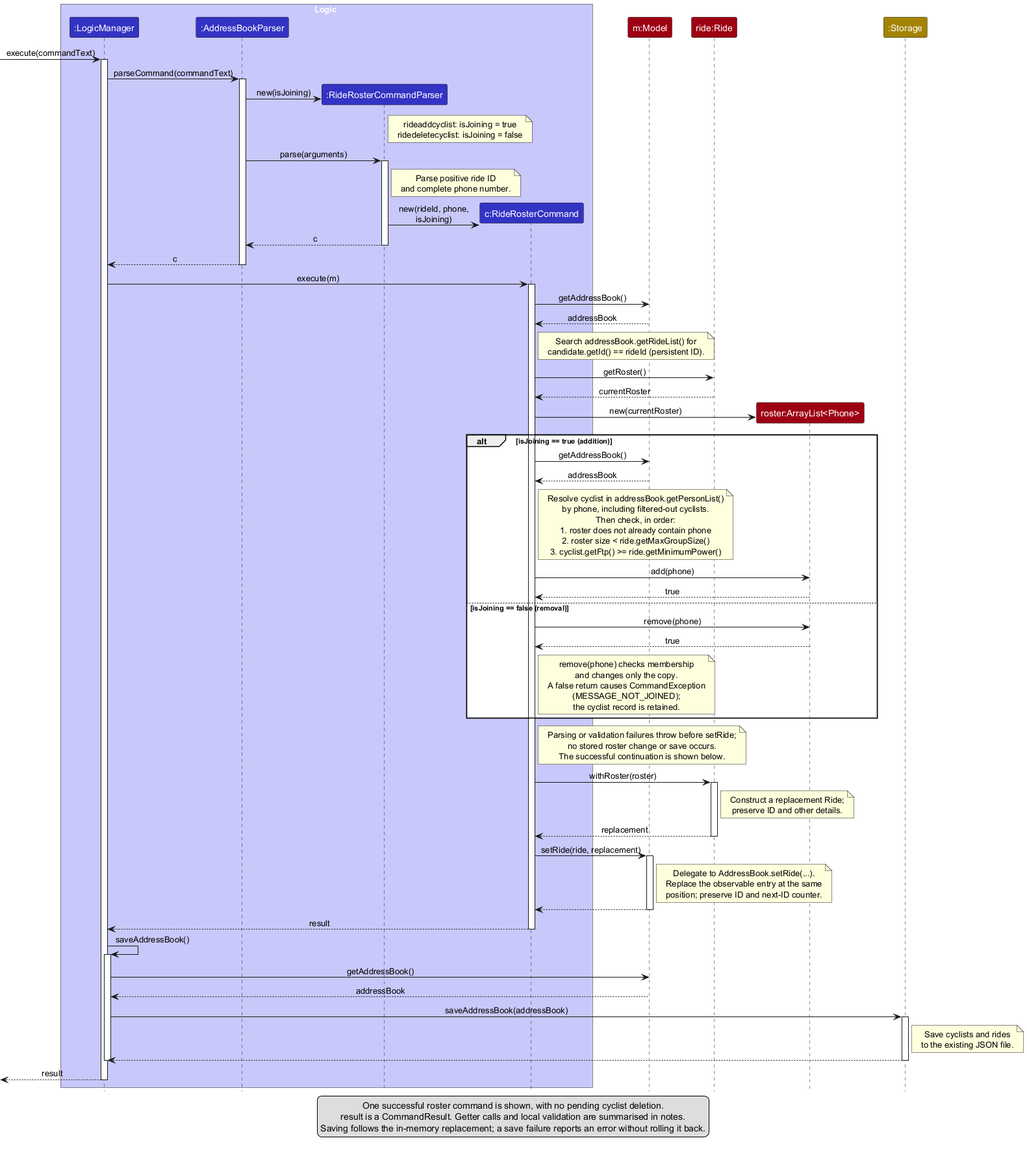
Above: docs/images/RideRosterSequenceDiagram.png in AY2627S1-CS2103T-W11-1/tp (PlantUML), before the change.
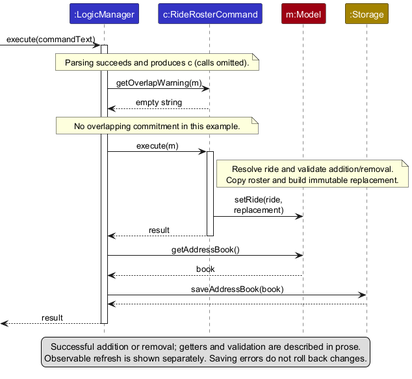
After the change.

The edit, as a diff of the source:
```diff
@@ -1,115 +1,37 @@
 @startuml
 !include style.puml
 skinparam ArrowFontStyle plain
-skinparam maxMessageSize 160
-!pragma sequenceMessageSpan true
-
-box Logic LOGIC_COLOR_T1
+skinparam maxMessageSize 80
+hide footbox
 participant ":LogicManager" as Logic LOGIC_COLOR
-participant ":AddressBookParser" as Parser LOGIC_COLOR
-participant ":RideRosterCommandParser" as RosterParser LOGIC_COLOR
 participant "c:RideRosterCommand" as Command LOGIC_COLOR
-end box
 participant "m:Model" as Model MODEL_COLOR
-participant "ride:Ride" as Ride MODEL_COLOR
-participant "roster:ArrayList<Phone>" as Roster MODEL_COLOR
 participant ":Storage" as Storage STORAGE_COLOR
 
 [-> Logic : execute(commandText)
 activate Logic
-Logic -> Parser : parseCommand(commandText)
-activate Parser
-create RosterParser
-Parser -> RosterParser : new(isJoining)
-note right of RosterParser
-  rideaddcyclist: isJoining = true
-  ridedeletecyclist: isJoining = false
-end note
-Parser -> RosterParser : parse(arguments)
-activate RosterParser
-note right of RosterParser : Parse positive ride ID\nand complete phone number.
-create Command
-RosterParser -> Command : new(rideId, phone, isJoining)
-RosterParser --> Parser : c
-deactivate RosterParser
-Parser --> Logic : c
-deactivate Parser
-
+note over Logic, Command : Parsing succeeds and produces c (calls omitted).
+Logic -> Command : getOverlapWarning(m)
+Command --> Logic : empty string
+note over Logic, Command : No overlapping commitment in this example.
 Logic -> Command : execute(m)
 activate Command
-Command -> Model : getAddressBook()
-Model --> Command : addressBook
 note right of Command
-  Search addressBook.getRideList() for
-  candidate.getId() == rideId (persistent ID).
+  Resolve ride and validate addition/removal.
+  Copy roster and build immutable replacement.
 end note
-Command -> Ride : getRoster()
-Ride --> Command : currentRoster
-create Roster
-Command -> Roster : new(currentRoster)
-
-alt isJoining == true (addition)
-    Command -> Model : getAddressBook()
-    Model --> Command : addressBook
-    note right of Command
-      Resolve cyclist in addressBook.getPersonList()
-      by phone, including filtered-out cyclists.
-      Then check, in order:
-      1. roster does not already contain phone
-      2. roster size < ride.getMaxGroupSize()
-      3. cyclist.getFtp() >= ride.getMinimumPower()
-    end note
-    Command -> Roster : add(phone)
-    Roster --> Command : true
-else isJoining == false (removal)
-    Command -> Roster : remove(phone)
-    Roster --> Command : true
-    note right of Command
-      remove(phone) checks membership
-      and changes only the copy.
-      A false return causes CommandException
-      (MESSAGE_NOT_JOINED);
-      the cyclist record is retained.
-    end note
-end
-
-note right of Command
-  Parsing or validation failures throw before setRide;
-  no stored roster change or save occurs.
-  The successful continuation is shown below.
-end note
-Command -> Ride : withRoster(roster)
-activate Ride
-note right of Ride : Construct a replacement Ride;\npreserve ID and other details.
-Ride --> Command : replacement
-deactivate Ride
 Command -> Model : setRide(ride, replacement)
-activate Model
-note right of Model
-  Delegate to AddressBook.setRide(...).
-  Replace the observable entry at the same
-  position; preserve ID and next-ID counter.
-end note
-Model --> Command
-deactivate Model
 Command --> Logic : result
 deactivate Command
-Logic -> Logic : saveAddressBook()
-activate Logic
 Logic -> Model : getAddressBook()
-Model --> Logic : addressBook
-Logic -> Storage : saveAddressBook(addressBook)
-activate Storage
-note right of Storage : Save cyclists and rides\nto the existing JSON file.
+Model --> Logic : book
+Logic -> Storage : saveAddressBook(book)
 Storage --> Logic
-deactivate Storage
-deactivate Logic
 [<-- Logic : result
 deactivate Logic
 
 legend bottom
-  One successful roster command is shown, with no pending cyclist deletion.
-  result is a CommandResult. Getter calls and local validation are summarised in notes.
-  Saving follows the in-memory replacement; a save failure reports an error without rolling it back.
+  Successful addition or removal; getters and validation are described in prose.
+  Observable refresh is shown separately. Saving errors do not roll back changes.
 endlegend
 @enduml
```
